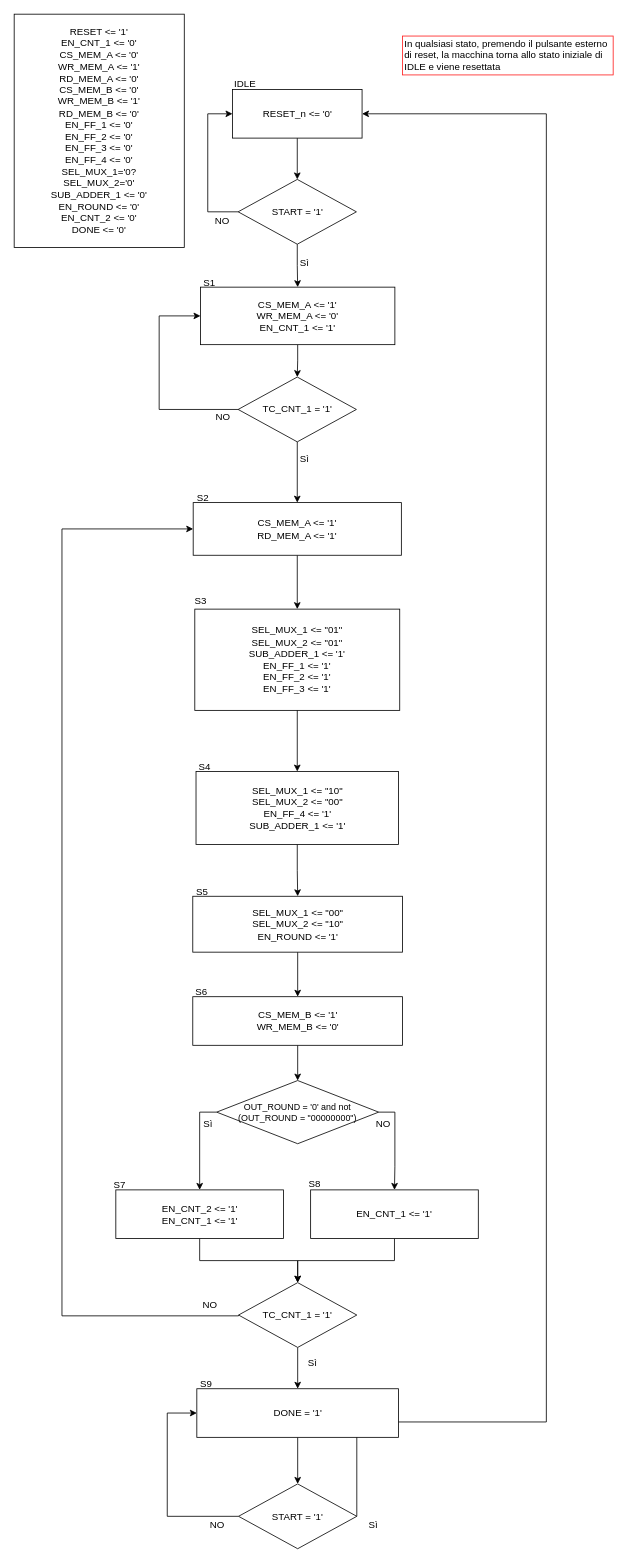
Earlier version of the draw.io diagram lab6/Control ASM.drawio (leobel96/Polito-ESD-NeuralNetwork). Source tidied: cells renumbered, new cells numbered last; positions are measured from the earlier drawing's top-left corner, leaving out a move shared by most shapes. Both pictures are drawn from the tidied source at 81%, with x=0, y=0 at pixel (14, 14).
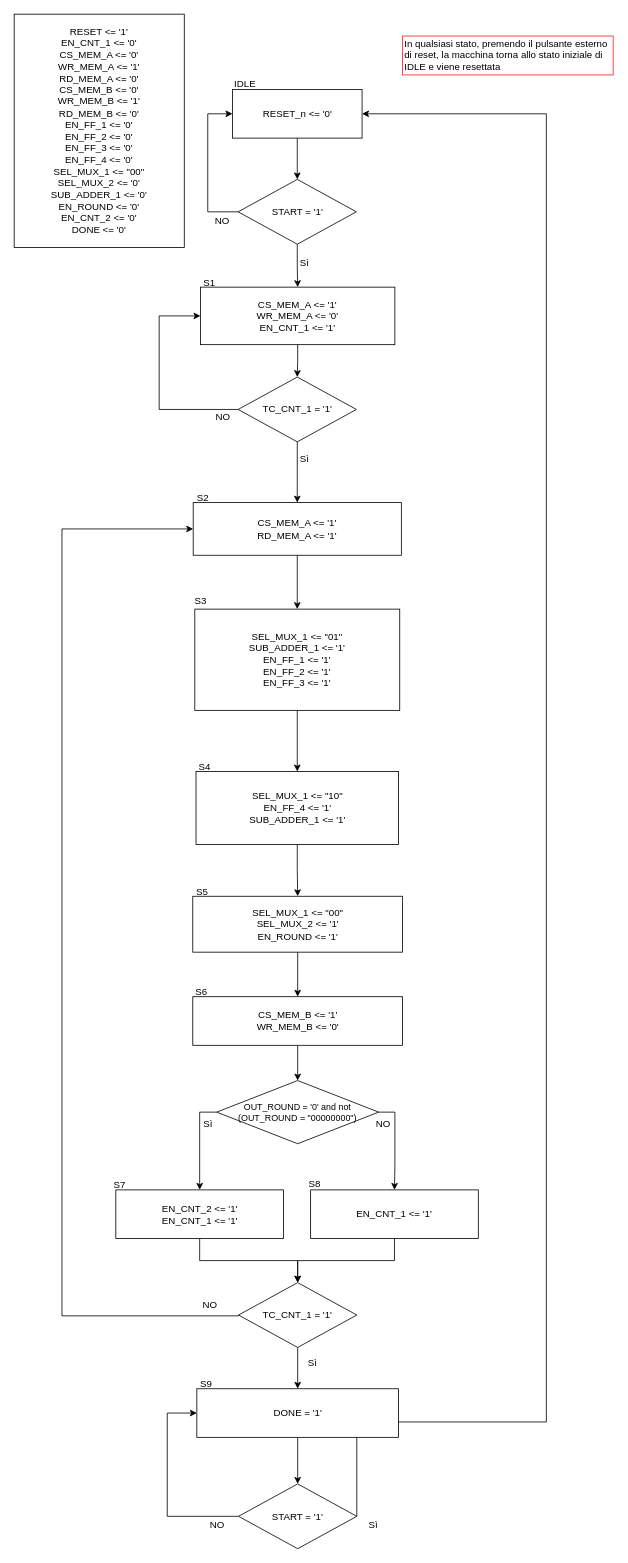
Above is the later version.

The edit, as a diff of the source:
```diff
@@
-    <mxCell id="12" value="&lt;div&gt;SEL_MUX_1 &amp;lt;= &quot;01&quot;&lt;/div&gt;&lt;div&gt;SEL_MUX_2 &amp;lt;= &quot;01&quot;&lt;br&gt;&lt;div&gt;SUB_ADDER_1 &amp;lt;= '1'&lt;br&gt;&lt;/div&gt;&lt;div&gt;&lt;div&gt;&lt;div&gt;&lt;div&gt;&lt;div&gt;&lt;div&gt;EN_FF_1 &amp;lt;= '1'&lt;/div&gt;&lt;/div&gt;EN_FF_2 &amp;lt;= '1'&lt;/div&gt;&lt;/div&gt;&lt;/div&gt;&lt;div&gt;EN_FF_3 &amp;lt;= '1'&lt;/div&gt;&lt;/div&gt;&lt;/div&gt;" style="rounded=0;whiteSpace=wrap;html=1;" parent="1" vertex="1">
+    <mxCell id="12" value="&lt;div&gt;SEL_MUX_1 &amp;lt;= &quot;01&quot;&lt;br&gt;&lt;div&gt;SUB_ADDER_1 &amp;lt;= '1'&lt;br&gt;&lt;/div&gt;&lt;div&gt;&lt;div&gt;&lt;div&gt;&lt;div&gt;&lt;div&gt;&lt;div&gt;EN_FF_1 &amp;lt;= '1'&lt;/div&gt;&lt;/div&gt;EN_FF_2 &amp;lt;= '1'&lt;/div&gt;&lt;/div&gt;&lt;/div&gt;&lt;div&gt;EN_FF_3 &amp;lt;= '1'&lt;/div&gt;&lt;/div&gt;&lt;/div&gt;" style="rounded=0;whiteSpace=wrap;html=1;" parent="1" vertex="1">
       <mxGeometry x="223" y="734.5" width="253" height="125" as="geometry" />
     </mxCell>
@@
-    <mxCell id="14" value="&lt;div&gt;SEL_MUX_1 &amp;lt;= &quot;10&quot;&lt;/div&gt;&lt;div&gt;SEL_MUX_2 &amp;lt;= &quot;00&quot;&lt;/div&gt;&lt;div&gt;EN_FF_4 &amp;lt;= '1'&lt;/div&gt;&lt;div&gt;&lt;div&gt;SUB_ADDER_1 &amp;lt;= '1'&lt;br&gt;&lt;/div&gt;&lt;/div&gt;" style="rounded=0;whiteSpace=wrap;html=1;" parent="1" vertex="1">
+    <mxCell id="14" value="&lt;div&gt;SEL_MUX_1 &amp;lt;= &quot;10&quot;&lt;/div&gt;&lt;div&gt;EN_FF_4 &amp;lt;= '1'&lt;/div&gt;&lt;div&gt;&lt;div&gt;SUB_ADDER_1 &amp;lt;= '1'&lt;br&gt;&lt;/div&gt;&lt;/div&gt;" style="rounded=0;whiteSpace=wrap;html=1;" parent="1" vertex="1">
       <mxGeometry x="224.5" y="935" width="250" height="90" as="geometry" />
     </mxCell>
@@
-    <mxCell id="16" value="&lt;div&gt;&lt;div&gt;&lt;div&gt;SEL_MUX_1 &amp;lt;= &quot;00&quot;&lt;/div&gt;&lt;div&gt;SEL_MUX_2 &amp;lt;= &quot;10&quot;&lt;/div&gt;&lt;/div&gt;&lt;/div&gt;&lt;div&gt;EN_ROUND &amp;lt;= '1'&lt;br&gt;&lt;/div&gt;" style="rounded=0;whiteSpace=wrap;html=1;" parent="1" vertex="1">
+    <mxCell id="16" value="&lt;div&gt;&lt;div&gt;&lt;div&gt;SEL_MUX_1 &amp;lt;= &quot;00&quot;&lt;/div&gt;&lt;div&gt;SEL_MUX_2 &amp;lt;= '1'&lt;br&gt;&lt;/div&gt;&lt;/div&gt;&lt;/div&gt;&lt;div&gt;EN_ROUND &amp;lt;= '1'&lt;br&gt;&lt;/div&gt;" style="rounded=0;whiteSpace=wrap;html=1;" parent="1" vertex="1">
       <mxGeometry x="220.5" y="1089" width="259" height="69" as="geometry" />
     </mxCell>
@@
-    <mxCell id="46" value="&lt;div&gt;RESET &amp;lt;= '1'&lt;/div&gt;&lt;div&gt;EN_CNT_1 &amp;lt;= '0'&lt;/div&gt;&lt;div&gt;CS_MEM_A &amp;lt;= '0'&lt;/div&gt;&lt;div&gt;WR_MEM_A &amp;lt;= '1'&lt;/div&gt;&lt;div&gt;RD_MEM_A &amp;lt;= '0'&lt;br&gt;&lt;/div&gt;&lt;div&gt;CS_MEM_B &amp;lt;= '0'&lt;br&gt;&lt;div&gt;WR_MEM_B &amp;lt;= '1'&lt;/div&gt;&lt;div&gt;RD_MEM_B &amp;lt;= '0'&lt;/div&gt;&lt;div&gt;&lt;div&gt;&lt;div&gt;EN_FF_1 &amp;lt;= '0'&lt;/div&gt;&lt;/div&gt;&lt;div&gt;EN_FF_2 &amp;lt;= '0'&lt;/div&gt;&lt;/div&gt;&lt;div&gt;EN_FF_3 &amp;lt;= '0'&lt;/div&gt;&lt;div&gt;EN_FF_4 &amp;lt;= '0'&lt;br&gt;&lt;/div&gt;&lt;div&gt;SEL_MUX_1='0?&lt;/div&gt;&lt;div&gt;SEL_MUX_2='0'&lt;/div&gt;&lt;div&gt;SUB_ADDER_1 &amp;lt;= '0'&lt;/div&gt;&lt;/div&gt;&lt;div&gt;EN_ROUND &amp;lt;= '0'&lt;br&gt;&lt;/div&gt;&lt;div&gt;EN_CNT_2 &amp;lt;= '0'&lt;br&gt;&lt;/div&gt;&lt;div&gt;DONE &amp;lt;= '0'&lt;/div&gt;" style="rounded=0;whiteSpace=wrap;html=1;" parent="1" vertex="1">
+    <mxCell id="46" value="&lt;div&gt;RESET &amp;lt;= '1'&lt;/div&gt;&lt;div&gt;EN_CNT_1 &amp;lt;= '0'&lt;/div&gt;&lt;div&gt;CS_MEM_A &amp;lt;= '0'&lt;/div&gt;&lt;div&gt;WR_MEM_A &amp;lt;= '1'&lt;/div&gt;&lt;div&gt;RD_MEM_A &amp;lt;= '0'&lt;br&gt;&lt;/div&gt;&lt;div&gt;CS_MEM_B &amp;lt;= '0'&lt;br&gt;&lt;div&gt;WR_MEM_B &amp;lt;= '1'&lt;/div&gt;&lt;div&gt;RD_MEM_B &amp;lt;= '0'&lt;/div&gt;&lt;div&gt;&lt;div&gt;&lt;div&gt;EN_FF_1 &amp;lt;= '0'&lt;/div&gt;&lt;/div&gt;&lt;div&gt;EN_FF_2 &amp;lt;= '0'&lt;/div&gt;&lt;/div&gt;&lt;div&gt;EN_FF_3 &amp;lt;= '0'&lt;/div&gt;&lt;div&gt;EN_FF_4 &amp;lt;= '0'&lt;br&gt;&lt;/div&gt;&lt;div&gt;SEL_MUX_1 &amp;lt;= &quot;00&quot;&lt;br&gt;&lt;/div&gt;&lt;div&gt;SEL_MUX_2 &amp;lt;= '0'&lt;/div&gt;&lt;div&gt;SUB_ADDER_1 &amp;lt;= '0'&lt;/div&gt;&lt;/div&gt;&lt;div&gt;EN_ROUND &amp;lt;= '0'&lt;br&gt;&lt;/div&gt;&lt;div&gt;EN_CNT_2 &amp;lt;= '0'&lt;br&gt;&lt;/div&gt;&lt;div&gt;DONE &amp;lt;= '0'&lt;/div&gt;" style="rounded=0;whiteSpace=wrap;html=1;" parent="1" vertex="1">
       <mxGeometry width="210" height="288" as="geometry" />
     </mxCell>
```
